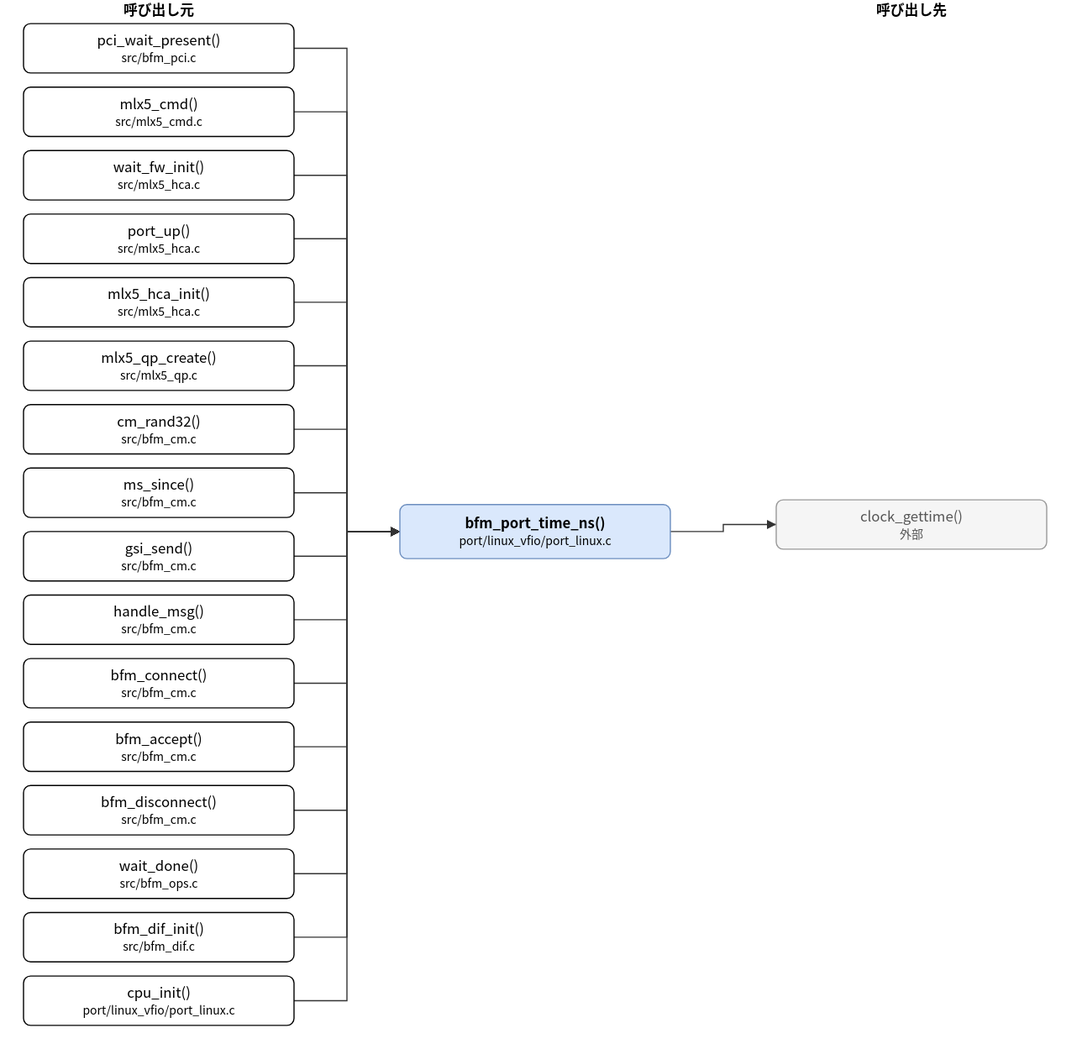
hf355051012-ai/bfmem keeps this draw.io diagram as doc/spec/images/call_port_linux_vfio_port_linux-bfm_port_time_ns.drawio.svg. Above is the earlier version. Source tidied: cells renumbered, new cells last; positions are measured from the earlier drawing's top-left corner, leaving out a move shared by most shapes.
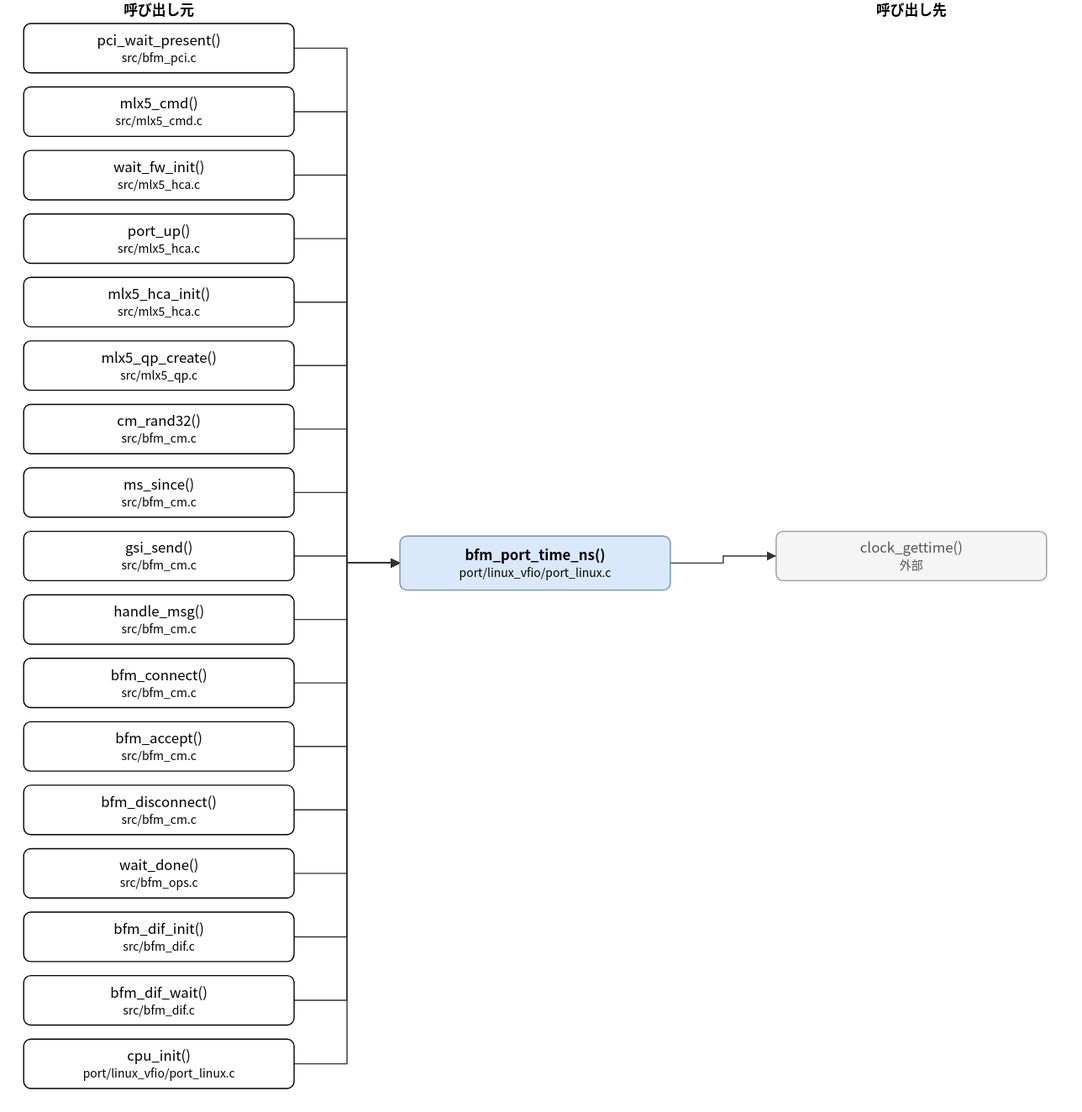
The same diagram one commit later.

Diff of the diagram source:
```diff
@@ -3,7 +3,7 @@
     <mxCell id="0" />
     <mxCell id="1" parent="0" />
     <mxCell id="2" value="bfm_port_time_ns()&lt;br&gt;&lt;font style=&quot;font-size:10px&quot;&gt;port/linux_vfio/port_linux.c&lt;/font&gt;" style="rounded=1;whiteSpace=wrap;html=1;fillColor=#dae8fc;strokeColor=#6c8ebf;fontStyle=1;" parent="1" vertex="1">
-      <mxGeometry x="320" y="429" width="230" height="46" as="geometry" />
+      <mxGeometry x="320" y="456" width="230" height="46" as="geometry" />
     </mxCell>
     <mxCell id="3" value="pci_wait_present()&lt;br&gt;&lt;font style=&quot;font-size:10px&quot;&gt;src/bfm_pci.c&lt;/font&gt;" style="rounded=1;whiteSpace=wrap;html=1;" parent="1" vertex="1">
       <mxGeometry y="20" width="230" height="42" as="geometry" />
@@ -50,17 +50,20 @@
     <mxCell id="17" value="bfm_dif_init()&lt;br&gt;&lt;font style=&quot;font-size:10px&quot;&gt;src/bfm_dif.c&lt;/font&gt;" style="rounded=1;whiteSpace=wrap;html=1;" parent="1" vertex="1">
       <mxGeometry y="776" width="230" height="42" as="geometry" />
     </mxCell>
-    <mxCell id="18" value="cpu_init()&lt;br&gt;&lt;font style=&quot;font-size:10px&quot;&gt;port/linux_vfio/port_linux.c&lt;/font&gt;" style="rounded=1;whiteSpace=wrap;html=1;" parent="1" vertex="1">
+    <mxCell id="18" value="bfm_dif_wait()&lt;br&gt;&lt;font style=&quot;font-size:10px&quot;&gt;src/bfm_dif.c&lt;/font&gt;" style="rounded=1;whiteSpace=wrap;html=1;" parent="1" vertex="1">
       <mxGeometry y="830" width="230" height="42" as="geometry" />
     </mxCell>
+    <mxCell id="39" value="cpu_init()&lt;br&gt;&lt;font style=&quot;font-size:10px&quot;&gt;port/linux_vfio/port_linux.c&lt;/font&gt;" style="rounded=1;whiteSpace=wrap;html=1;" parent="1" vertex="1">
+      <mxGeometry y="884" width="230" height="42" as="geometry" />
+    </mxCell>
     <mxCell id="19" value="clock_gettime()&lt;br&gt;&lt;font style=&quot;font-size:10px&quot;&gt;外部&lt;/font&gt;" style="rounded=1;whiteSpace=wrap;html=1;fillColor=#f5f5f5;strokeColor=#999999;fontColor=#555555;" parent="1" vertex="1">
-      <mxGeometry x="640" y="425" width="230" height="42" as="geometry" />
+      <mxGeometry x="640" y="452" width="230" height="42" as="geometry" />
     </mxCell>
     <mxCell id="20" style="edgeStyle=none;html=1;rounded=0;endArrow=block;endFill=1;exitX=1.0000;exitY=0.5000;exitDx=0;exitDy=0;exitPerimeter=0;entryX=0.0000;entryY=0.5000;entryDx=0;entryDy=0;entryPerimeter=0;" parent="1" edge="1" source="3" target="2">
       <mxGeometry relative="1" as="geometry">
         <Array as="points">
           <mxPoint x="275" y="41" />
-          <mxPoint x="275" y="452" />
+          <mxPoint x="275" y="479" />
         </Array>
       </mxGeometry>
     </mxCell>
@@ -68,7 +71,7 @@
       <mxGeometry relative="1" as="geometry">
         <Array as="points">
           <mxPoint x="275" y="95" />
-          <mxPoint x="275" y="452" />
+          <mxPoint x="275" y="479" />
         </Array>
       </mxGeometry>
     </mxCell>
@@ -76,7 +79,7 @@
       <mxGeometry relative="1" as="geometry">
         <Array as="points">
           <mxPoint x="275" y="149" />
-          <mxPoint x="275" y="452" />
+          <mxPoint x="275" y="479" />
         </Array>
       </mxGeometry>
     </mxCell>
@@ -84,7 +87,7 @@
       <mxGeometry relative="1" as="geometry">
         <Array as="points">
           <mxPoint x="275" y="203" />
-          <mxPoint x="275" y="452" />
+          <mxPoint x="275" y="479" />
         </Array>
       </mxGeometry>
     </mxCell>
@@ -92,7 +95,7 @@
       <mxGeometry relative="1" as="geometry">
         <Array as="points">
           <mxPoint x="275" y="257" />
-          <mxPoint x="275" y="452" />
+          <mxPoint x="275" y="479" />
         </Array>
       </mxGeometry>
     </mxCell>
@@ -100,7 +103,7 @@
       <mxGeometry relative="1" as="geometry">
         <Array as="points">
           <mxPoint x="275" y="311" />
-          <mxPoint x="275" y="452" />
+          <mxPoint x="275" y="479" />
         </Array>
       </mxGeometry>
     </mxCell>
@@ -108,7 +111,7 @@
       <mxGeometry relative="1" as="geometry">
         <Array as="points">
           <mxPoint x="275" y="365" />
-          <mxPoint x="275" y="452" />
+          <mxPoint x="275" y="479" />
         </Array>
       </mxGeometry>
     </mxCell>
@@ -116,7 +119,7 @@
       <mxGeometry relative="1" as="geometry">
         <Array as="points">
           <mxPoint x="275" y="419" />
-          <mxPoint x="275" y="452" />
+          <mxPoint x="275" y="479" />
         </Array>
       </mxGeometry>
     </mxCell>
@@ -124,7 +127,7 @@
       <mxGeometry relative="1" as="geometry">
         <Array as="points">
           <mxPoint x="275" y="473" />
-          <mxPoint x="275" y="452" />
+          <mxPoint x="275" y="479" />
         </Array>
       </mxGeometry>
     </mxCell>
@@ -132,7 +135,7 @@
       <mxGeometry relative="1" as="geometry">
         <Array as="points">
           <mxPoint x="275" y="527" />
-          <mxPoint x="275" y="452" />
+          <mxPoint x="275" y="479" />
         </Array>
       </mxGeometry>
     </mxCell>
@@ -140,7 +143,7 @@
       <mxGeometry relative="1" as="geometry">
         <Array as="points">
           <mxPoint x="275" y="581" />
-          <mxPoint x="275" y="452" />
+          <mxPoint x="275" y="479" />
         </Array>
       </mxGeometry>
     </mxCell>
@@ -148,7 +151,7 @@
       <mxGeometry relative="1" as="geometry">
         <Array as="points">
           <mxPoint x="275" y="635" />
-          <mxPoint x="275" y="452" />
+          <mxPoint x="275" y="479" />
         </Array>
       </mxGeometry>
     </mxCell>
@@ -156,7 +159,7 @@
       <mxGeometry relative="1" as="geometry">
         <Array as="points">
           <mxPoint x="275" y="689" />
-          <mxPoint x="275" y="452" />
+          <mxPoint x="275" y="479" />
         </Array>
       </mxGeometry>
     </mxCell>
@@ -164,7 +167,7 @@
       <mxGeometry relative="1" as="geometry">
         <Array as="points">
           <mxPoint x="275" y="743" />
-          <mxPoint x="275" y="452" />
+          <mxPoint x="275" y="479" />
         </Array>
       </mxGeometry>
     </mxCell>
@@ -172,7 +175,7 @@
       <mxGeometry relative="1" as="geometry">
         <Array as="points">
           <mxPoint x="275" y="797" />
-          <mxPoint x="275" y="452" />
+          <mxPoint x="275" y="479" />
         </Array>
       </mxGeometry>
     </mxCell>
@@ -180,18 +183,26 @@
       <mxGeometry relative="1" as="geometry">
         <Array as="points">
           <mxPoint x="275" y="851" />
-          <mxPoint x="275" y="452" />
+          <mxPoint x="275" y="479" />
         </Array>
       </mxGeometry>
     </mxCell>
-    <mxCell id="36" style="edgeStyle=none;html=1;rounded=0;endArrow=block;endFill=1;exitX=1.0000;exitY=0.5000;exitDx=0;exitDy=0;exitPerimeter=0;entryX=0.0000;entryY=0.5000;entryDx=0;entryDy=0;entryPerimeter=0;" parent="1" edge="1" source="2" target="19">
+    <mxCell id="36" style="edgeStyle=none;html=1;rounded=0;endArrow=block;endFill=1;exitX=1.0000;exitY=0.5000;exitDx=0;exitDy=0;exitPerimeter=0;entryX=0.0000;entryY=0.5000;entryDx=0;entryDy=0;entryPerimeter=0;" parent="1" edge="1" source="39" target="2">
       <mxGeometry relative="1" as="geometry">
         <Array as="points">
-          <mxPoint x="595" y="452" />
-          <mxPoint x="595" y="446" />
+          <mxPoint x="275" y="905" />
+          <mxPoint x="275" y="479" />
         </Array>
       </mxGeometry>
     </mxCell>
+    <mxCell id="40" style="edgeStyle=none;html=1;rounded=0;endArrow=block;endFill=1;exitX=1.0000;exitY=0.5000;exitDx=0;exitDy=0;exitPerimeter=0;entryX=0.0000;entryY=0.5000;entryDx=0;entryDy=0;entryPerimeter=0;" parent="1" edge="1" source="2" target="19">
+      <mxGeometry relative="1" as="geometry">
+        <Array as="points">
+          <mxPoint x="595" y="479" />
+          <mxPoint x="595" y="473" />
+        </Array>
+      </mxGeometry>
+    </mxCell>
     <mxCell id="37" value="呼び出し元" style="text;html=1;align=center;fontStyle=1;" parent="1" vertex="1">
       <mxGeometry x="35" width="160" height="18" as="geometry" />
     </mxCell>
```
